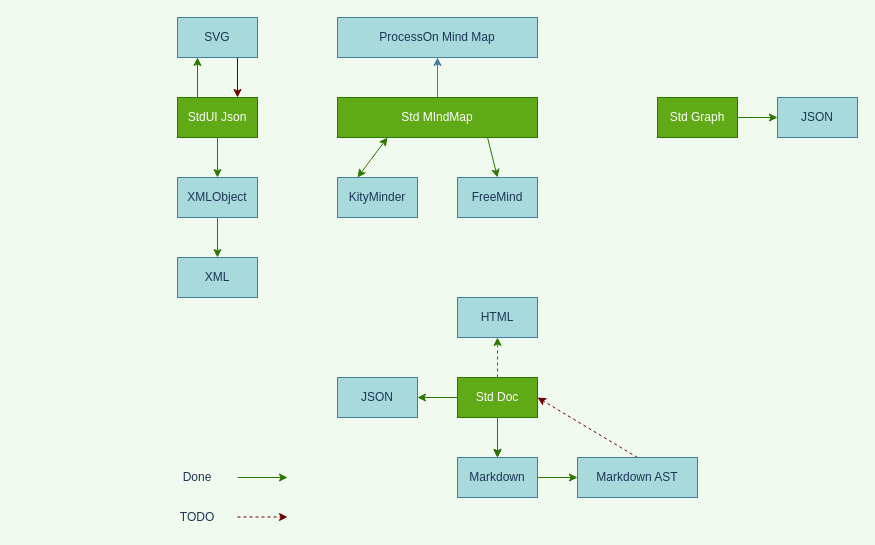
The draw.io diagram goal.drawio in yunser/json-ui, before the edit. Source tidied: cells renumbered, new cells numbered last; positions are measured from the earlier drawing's top-left corner, leaving out a move shared by most shapes. Both pictures are drawn from the tidied source at 100%, with x=0, y=0 at pixel (177, 17).
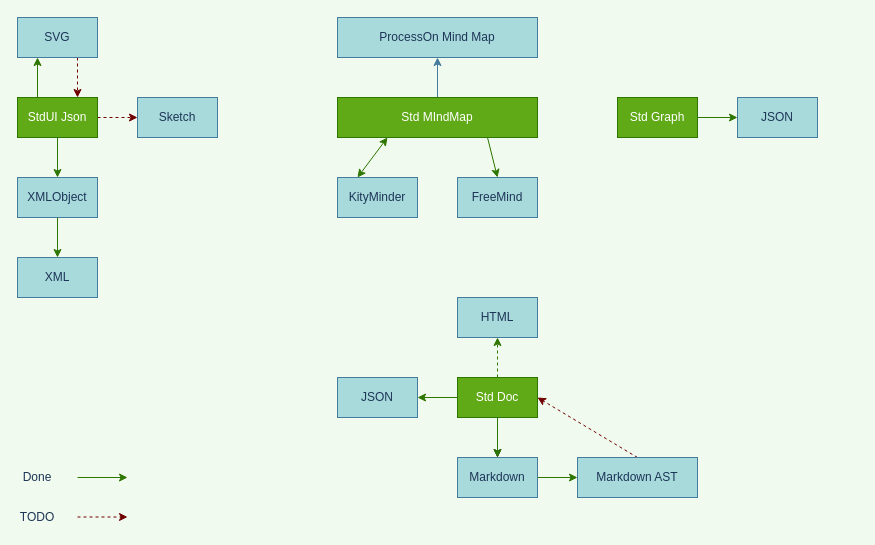
After the change.

Change to the diagram source:
```diff
@@
     <mxCell id="2" value="XML" style="whiteSpace=wrap;html=1;fillColor=#A8DADC;strokeColor=#457B9D;fontColor=#1D3557;" parent="1" vertex="1">
-      <mxGeometry y="240" width="80" height="40" as="geometry" />
+      <mxGeometry x="-160" y="240" width="80" height="40" as="geometry" />
     </mxCell>
@@
     <mxCell id="4" value="XMLObject" style="whiteSpace=wrap;html=1;fillColor=#A8DADC;strokeColor=#457B9D;fontColor=#1D3557;" parent="1" vertex="1">
-      <mxGeometry y="160" width="80" height="40" as="geometry" />
+      <mxGeometry x="-160" y="160" width="80" height="40" as="geometry" />
     </mxCell>
-    <mxCell id="5" style="edgeStyle=orthogonalEdgeStyle;rounded=1;jettySize=auto;html=1;entryX=0.75;entryY=0;entryDx=0;entryDy=0;fontColor=#1D3557;fillColor=#a20025;strokeColor=#6F0000;exitX=0.75;exitY=1;exitDx=0;exitDy=0;" parent="1" edge="1" source="6" target="9">
+    <mxCell id="5" style="edgeStyle=orthogonalEdgeStyle;rounded=1;jettySize=auto;html=1;entryX=0.75;entryY=0;entryDx=0;entryDy=0;fontColor=#1D3557;fillColor=#a20025;strokeColor=#6F0000;exitX=0.75;exitY=1;exitDx=0;exitDy=0;dashed=1;" parent="1" edge="1" source="6" target="9">
       <mxGeometry relative="1" as="geometry" />
     </mxCell>
     <mxCell id="6" value="SVG" style="whiteSpace=wrap;html=1;fillColor=#A8DADC;strokeColor=#457B9D;fontColor=#1D3557;" parent="1" vertex="1">
-      <mxGeometry width="80" height="40" as="geometry" />
+      <mxGeometry x="-160" width="80" height="40" as="geometry" />
     </mxCell>
@@
+    <mxCell id="35" style="edgeStyle=orthogonalEdgeStyle;rounded=0;jettySize=auto;html=1;exitX=1;exitY=0.5;exitDx=0;exitDy=0;fillColor=#a20025;strokeColor=#6F0000;dashed=1;" parent="1" edge="1" source="9" target="36">
+      <mxGeometry relative="1" as="geometry" />
+    </mxCell>
     <mxCell id="9" value="StdUI Json" style="whiteSpace=wrap;html=1;fillColor=#60a917;strokeColor=#2D7600;fontColor=#ffffff;" parent="1" vertex="1">
-      <mxGeometry y="80" width="80" height="40" as="geometry" />
+      <mxGeometry x="-160" y="80" width="80" height="40" as="geometry" />
     </mxCell>
     <mxCell id="10" style="endArrow=classic;html=1;fontColor=#1D3557;strokeColor=#2D7600;fillColor=#60a917;" parent="1" edge="1">
       <mxGeometry relative="1" as="geometry">
-        <mxPoint x="60" y="460" as="sourcePoint" />
-        <mxPoint x="110" y="460" as="targetPoint" />
+        <mxPoint x="-100" y="460" as="sourcePoint" />
+        <mxPoint x="-50" y="460" as="targetPoint" />
       </mxGeometry>
     </mxCell>
     <mxCell id="11" value="Done" style="text;html=1;strokeColor=none;fillColor=none;align=center;verticalAlign=middle;whiteSpace=wrap;rounded=0;fontColor=#1D3557;" parent="1" vertex="1">
-      <mxGeometry y="450" width="40" height="20" as="geometry" />
+      <mxGeometry x="-160" y="450" width="40" height="20" as="geometry" />
     </mxCell>
     <mxCell id="12" value="TODO" style="text;html=1;strokeColor=none;fillColor=none;align=center;verticalAlign=middle;whiteSpace=wrap;rounded=0;fontColor=#1D3557;" parent="1" vertex="1">
-      <mxGeometry y="490" width="40" height="20" as="geometry" />
+      <mxGeometry x="-160" y="490" width="40" height="20" as="geometry" />
     </mxCell>
     <mxCell id="13" style="endArrow=classic;html=1;fontColor=#1D3557;strokeColor=#6F0000;fillColor=#a20025;dashed=1;" parent="1" edge="1">
       <mxGeometry relative="1" as="geometry">
-        <mxPoint x="60" y="499.5" as="sourcePoint" />
-        <mxPoint x="110" y="499.5" as="targetPoint" />
+        <mxPoint x="-100" y="499.5" as="sourcePoint" />
+        <mxPoint x="-50" y="499.5" as="targetPoint" />
       </mxGeometry>
     </mxCell>
@@
     <mxCell id="24" value="Std Graph" style="whiteSpace=wrap;html=1;fillColor=#60a917;strokeColor=#2D7600;fontColor=#ffffff;" parent="1" vertex="1">
-      <mxGeometry x="480" y="80" width="80" height="40" as="geometry" />
+      <mxGeometry x="440" y="80" width="80" height="40" as="geometry" />
     </mxCell>
@@
     <mxCell id="34" value="JSON" style="whiteSpace=wrap;html=1;fillColor=#A8DADC;strokeColor=#457B9D;fontColor=#1D3557;" parent="1" vertex="1">
-      <mxGeometry x="600" y="80" width="80" height="40" as="geometry" />
+      <mxGeometry x="560" y="80" width="80" height="40" as="geometry" />
     </mxCell>
+    <mxCell id="36" value="Sketch" style="whiteSpace=wrap;html=1;fillColor=#A8DADC;strokeColor=#457B9D;fontColor=#1D3557;" parent="1" vertex="1">
+      <mxGeometry x="-40" y="80" width="80" height="40" as="geometry" />
+    </mxCell>
```
